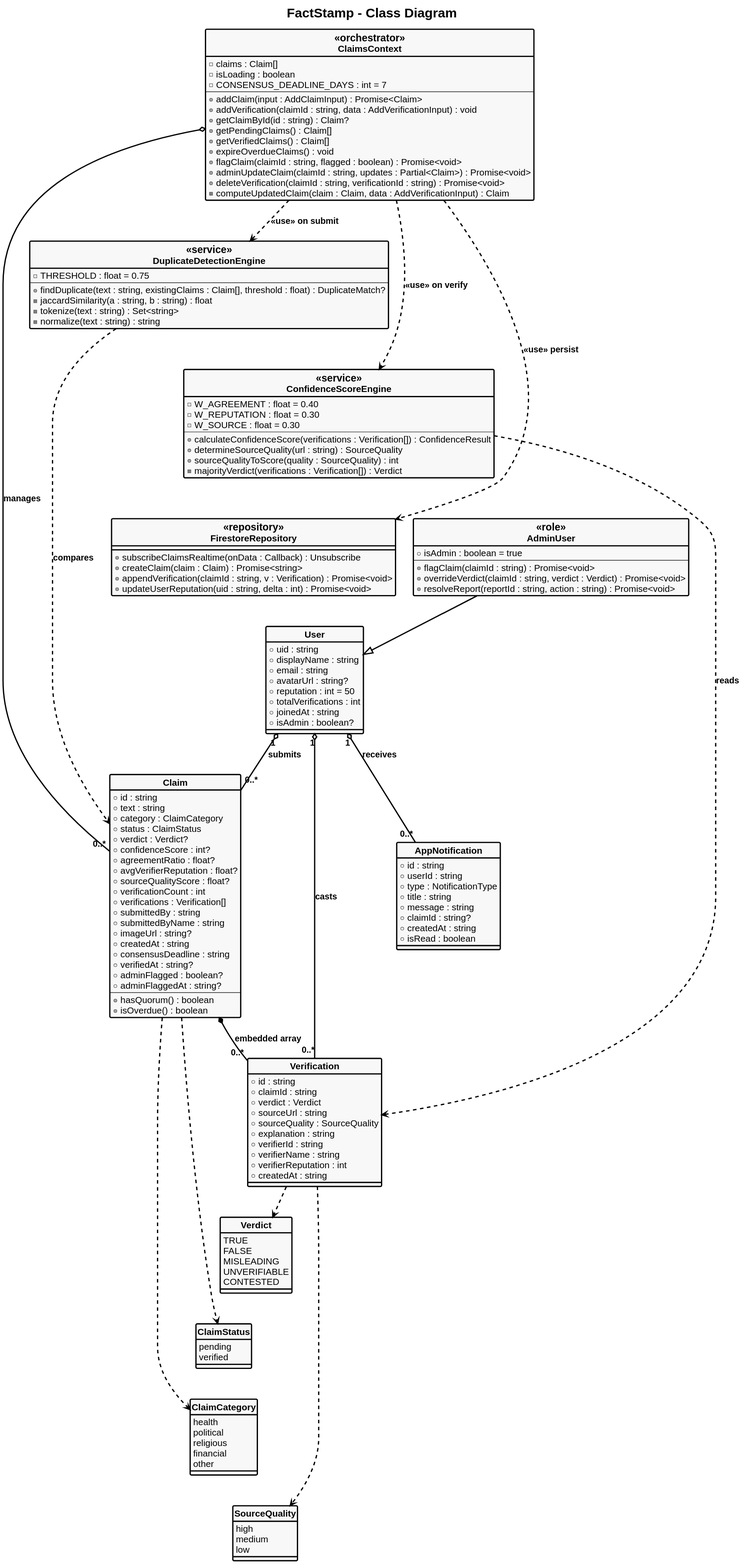
This is FactStamp/black_book_draft/03_Requirements_and_Analysis/attachments/class_diagram.svg from aadish0day/typst, a PlantUML export, as it was before one commit. Its diagram source:
```plantuml
@startuml
skinparam style strictuml
skinparam monochrome true
skinparam defaultFontName "Liberation Sans"
skinparam defaultFontSize 20
skinparam defaultFontStyle bold
skinparam titleFontSize 26
skinparam titleFontStyle bold

skinparam backgroundColor white
skinparam ArrowColor black
skinparam ArrowThickness 2.5
skinparam ArrowFontSize 17
skinparam ArrowFontStyle bold

skinparam EntityBorderColor black
skinparam EntityBorderThickness 2.5
skinparam EntityBackgroundColor #F8F9FA
skinparam EntityFontSize 22
skinparam EntityFontStyle bold

skinparam ClassBorderColor black
skinparam ClassBorderThickness 2.5
skinparam ClassBackgroundColor #F8F9FA
skinparam ClassFontSize 22
skinparam ClassFontStyle bold
skinparam ClassAttributeFontSize 18

title FactStamp - Class Diagram

class ClaimsContext <<orchestrator>> {
  - claims : Claim[]
  - isLoading : boolean
  - CONSENSUS_DEADLINE_DAYS : int = 7
  --
  + addClaim(input : AddClaimInput) : Promise<Claim>
  + addVerification(claimId : string, data : AddVerificationInput) : void
  + getClaimById(id : string) : Claim?
  + getPendingClaims() : Claim[]
  + getVerifiedClaims() : Claim[]
  + expireOverdueClaims() : void
  + flagClaim(claimId : string, flagged : boolean) : Promise<void>
  + adminUpdateClaim(claimId : string, updates : Partial<Claim>) : Promise<void>
  + deleteVerification(claimId : string, verificationId : string) : Promise<void>
  - computeUpdatedClaim(claim : Claim, data : AddVerificationInput) : Claim
}

class DuplicateDetectionEngine <<service>> {
  - THRESHOLD : float = 0.75
  --
  + findDuplicate(text : string, existingClaims : Claim[], threshold : float) : DuplicateMatch?
  - jaccardSimilarity(a : string, b : string) : float
  - tokenize(text : string) : Set<string>
  - normalize(text : string) : string
}

class ConfidenceScoreEngine <<service>> {
  - W_AGREEMENT : float = 0.40
  - W_REPUTATION : float = 0.30
  - W_SOURCE : float = 0.30
  --
  + calculateConfidenceScore(verifications : Verification[]) : ConfidenceResult
  + determineSourceQuality(url : string) : SourceQuality
  + sourceQualityToScore(quality : SourceQuality) : int
  - majorityVerdict(verifications : Verification[]) : Verdict
}

class FirestoreRepository <<repository>> {
  + subscribeClaimsRealtime(onData : Callback) : Unsubscribe
  + createClaim(claim : Claim) : Promise<string>
  + appendVerification(claimId : string, v : Verification) : Promise<void>
  + updateUserReputation(uid : string, delta : int) : Promise<void>
}

class Claim {
  + id : string
  + text : string
  + category : ClaimCategory
  + status : ClaimStatus
  + verdict : Verdict?
  + confidenceScore : int?
  + agreementRatio : float?
  + avgVerifierReputation : float?
  + sourceQualityScore : float?
  + verificationCount : int
  + verifications : Verification[]
  + submittedBy : string
  + submittedByName : string
  + imageUrl : string?
  + createdAt : string
  + consensusDeadline : string
  + verifiedAt : string?
  + adminFlagged : boolean?
  + adminFlaggedAt : string?
  --
  + hasQuorum() : boolean
  + isOverdue() : boolean
}

class Verification {
  + id : string
  + claimId : string
  + verdict : Verdict
  + sourceUrl : string
  + sourceQuality : SourceQuality
  + explanation : string
  + verifierId : string
  + verifierName : string
  + verifierReputation : int
  + createdAt : string
}

class User {
  + uid : string
  + displayName : string
  + email : string
  + avatarUrl : string?
  + reputation : int = 50
  + totalVerifications : int
  + joinedAt : string
  + isAdmin : boolean?
}

class AdminUser <<role>> {
  + isAdmin : boolean = true
  --
  + flagClaim(claimId : string) : Promise<void>
  + overrideVerdict(claimId : string, verdict : Verdict) : Promise<void>
  + resolveReport(reportId : string, action : string) : Promise<void>
}

class AppNotification {
  + id : string
  + userId : string
  + type : NotificationType
  + title : string
  + message : string
  + claimId : string?
  + createdAt : string
  + isRead : boolean
}

enum Verdict {
  TRUE
  FALSE
  MISLEADING
  UNVERIFIABLE
  CONTESTED
}

enum ClaimStatus {
  pending
  verified
}

enum ClaimCategory {
  health
  political
  religious
  financial
  other
}

enum SourceQuality {
  high
  medium
  low
}

ClaimsContext ..> DuplicateDetectionEngine : <<use>> on submit
ClaimsContext ..> ConfidenceScoreEngine : <<use>> on verify
ClaimsContext ..> FirestoreRepository : <<use>> persist
ClaimsContext o-- "0..*" Claim : manages

DuplicateDetectionEngine ..> Claim : compares
ConfidenceScoreEngine ..> Verification : reads

User "1" o-- "0..*" Claim : submits
User "1" o-- "0..*" Verification : casts
User "1" o-- "0..*" AppNotification : receives
AdminUser --|> User

Claim *-- "0..*" Verification : embedded array

Claim ..> ClaimStatus
Claim ..> ClaimCategory
Verification ..> Verdict
Verification ..> SourceQuality

DuplicateDetectionEngine -[hidden]down-> ConfidenceScoreEngine
ConfidenceScoreEngine -[hidden]down-> FirestoreRepository
FirestoreRepository -[hidden]down-> User
AdminUser -[hidden]down-> AppNotification
Verdict -[hidden]down-> ClaimStatus
ClaimStatus -[hidden]down-> ClaimCategory
ClaimCategory -[hidden]down-> SourceQuality
@enduml
```
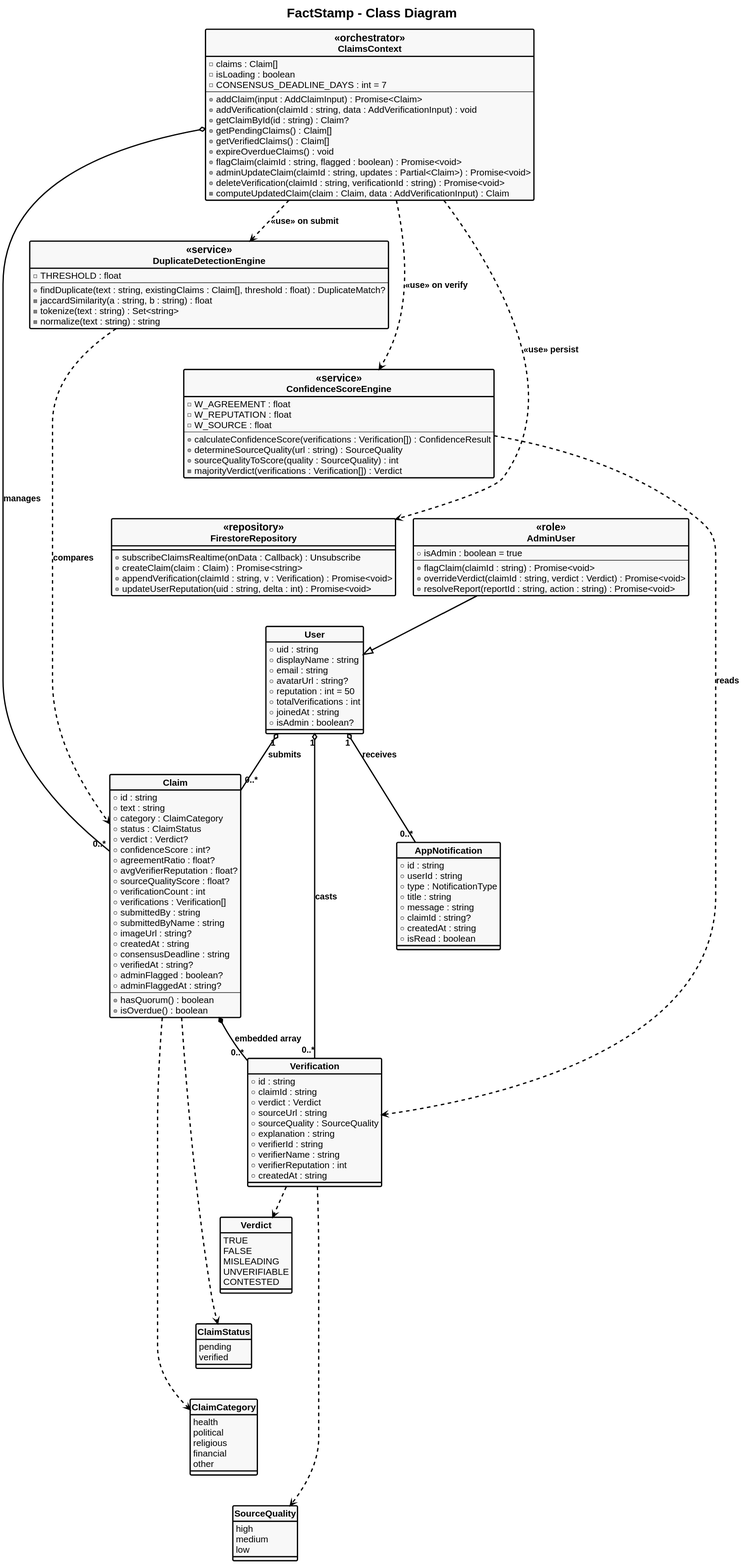
Above is the later version.

The edit, as a diff of the source:
```diff
@@ -46,7 +46,7 @@
 }
 
 class DuplicateDetectionEngine <<service>> {
-  - THRESHOLD : float = 0.75
+  - THRESHOLD : float
   --
   + findDuplicate(text : string, existingClaims : Claim[], threshold : float) : DuplicateMatch?
   - jaccardSimilarity(a : string, b : string) : float
@@ -55,9 +55,9 @@
 }
 
 class ConfidenceScoreEngine <<service>> {
-  - W_AGREEMENT : float = 0.40
-  - W_REPUTATION : float = 0.30
-  - W_SOURCE : float = 0.30
+  - W_AGREEMENT : float
+  - W_REPUTATION : float
+  - W_SOURCE : float
   --
   + calculateConfidenceScore(verifications : Verification[]) : ConfidenceResult
   + determineSourceQuality(url : string) : SourceQuality
```
